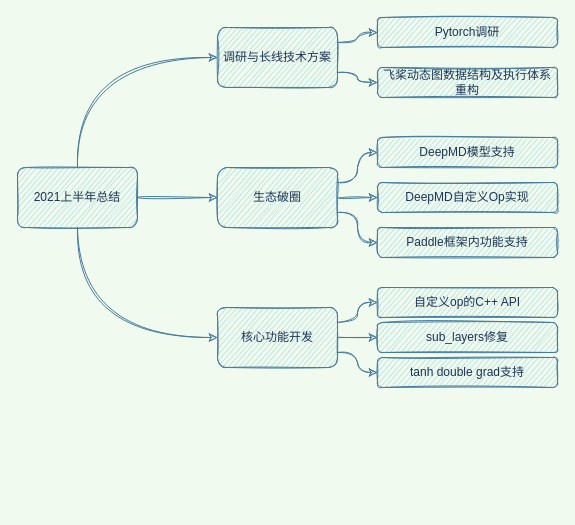
The draw.io diagram work_structure.drawio in JiabinYang/Doc, before the edit. Source tidied: cells renumbered, new cells numbered last; positions are measured from the earlier drawing's top-left corner, leaving out a move shared by most shapes. Both pictures are drawn from the tidied source at 100%, with x=0, y=0 at pixel (17, 17).
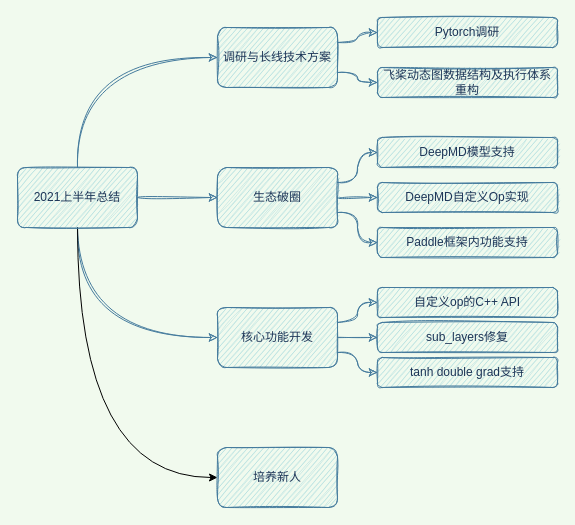
The same page after the edit.

Unchanged cells that the change refers to:
```xml
<mxCell id="5" value="2021上半年总结" style="whiteSpace=wrap;html=1;rounded=1;sketch=1;fillColor=#A8DADC;strokeColor=#457B9D;fontColor=#1D3557;" parent="1" vertex="1">
  <mxGeometry y="150" width="120" height="60" as="geometry" />
</mxCell>
```

Change to the diagram source:
```diff
@@
+    <mxCell id="25" style="edgeStyle=orthogonalEdgeStyle;jettySize=auto;html=1;exitX=0.5;exitY=1;exitDx=0;exitDy=0;entryX=0;entryY=0.5;entryDx=0;entryDy=0;curved=1;" parent="1" edge="1" source="5" target="26">
+      <mxGeometry relative="1" as="geometry" />
+    </mxCell>
@@
+    <mxCell id="26" value="培养新人" style="whiteSpace=wrap;html=1;rounded=1;sketch=1;fillColor=#A8DADC;strokeColor=#457B9D;fontColor=#1D3557;" parent="1" vertex="1">
+      <mxGeometry x="200" y="430" width="120" height="60" as="geometry" />
+    </mxCell>
```
